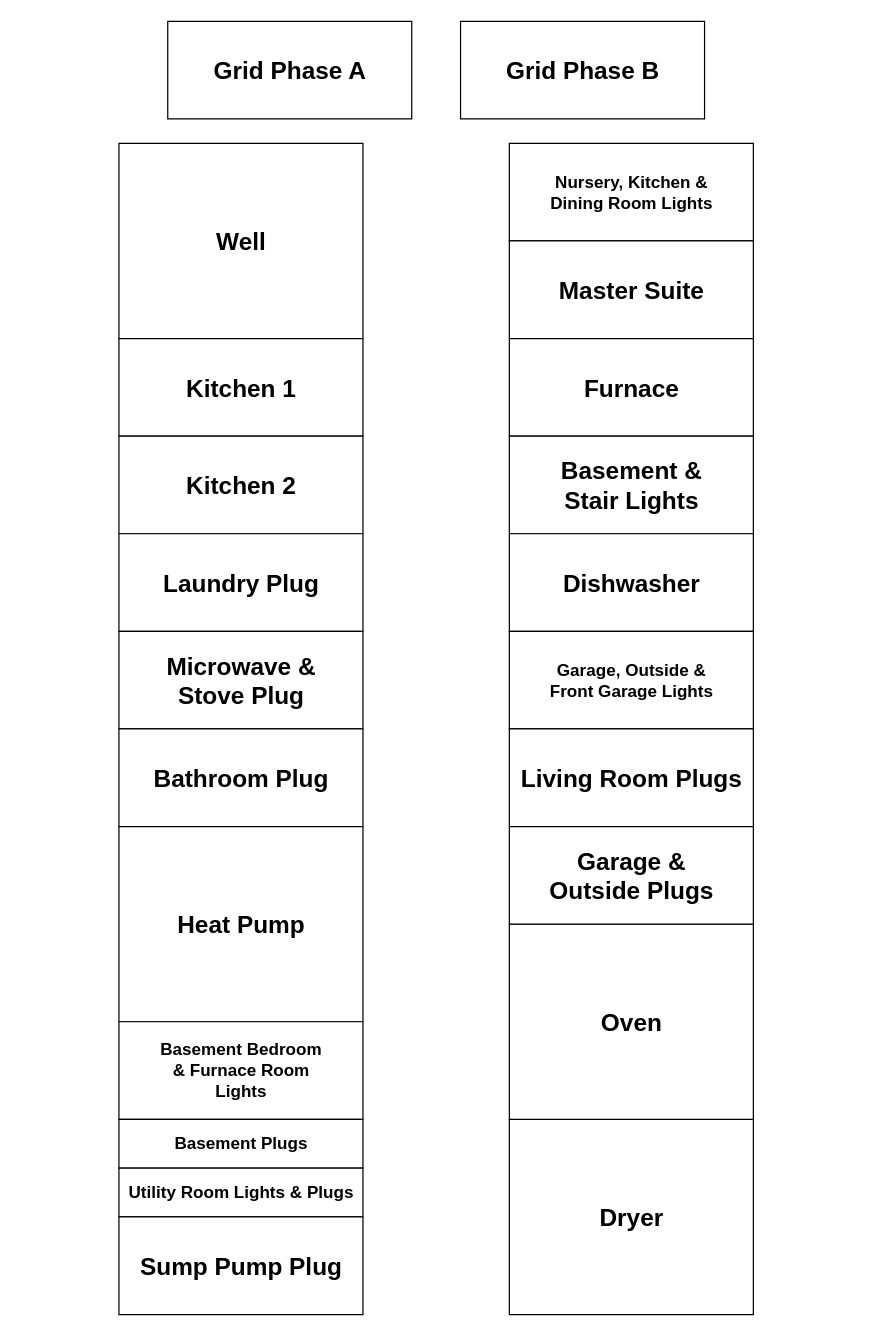
This is page "Breaker Box" (1 of 2) of diagrams/power-monitor/Power Monitor.drawio from CeeWeasel/Documentation, a draw.io file, before an edit. Source tidied: cells renumbered, new cells numbered last; positions are measured from the earlier drawing's top-left corner, leaving out a move shared by most shapes. Both pictures are drawn from the tidied source at 122%, with x=0, y=0 at pixel (118, 21).
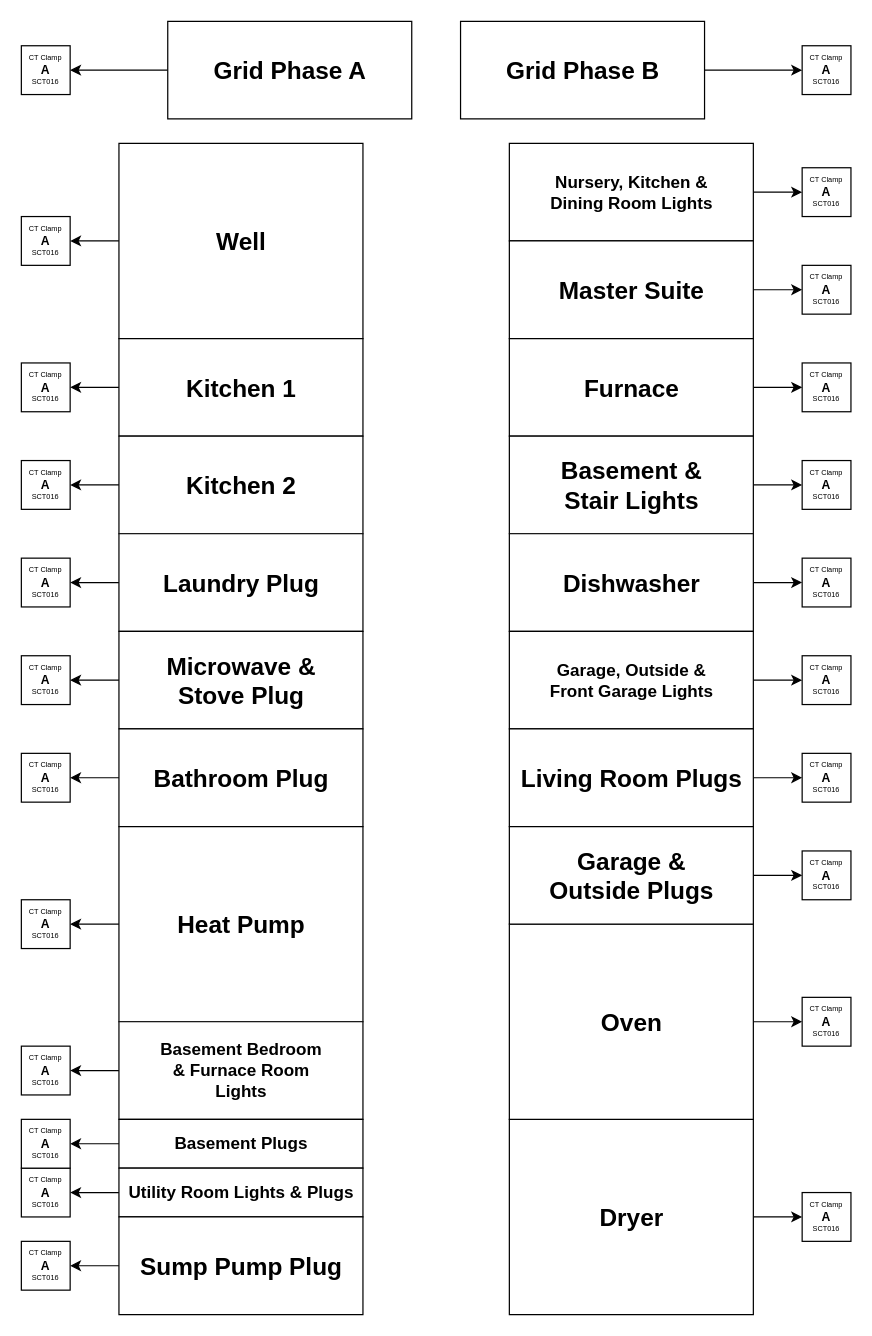
The same diagram, later.

The change refers to these unchanged cells:
```xml
<mxCell id="2" value="Well" style="verticalLabelPosition=middle;verticalAlign=middle;html=1;shape=mxgraph.basic.rect;fillColor2=none;strokeWidth=1;size=20;indent=5;labelPosition=center;align=center;fontSize=20;fontStyle=1;" parent="1" vertex="1">
  <mxGeometry y="100" width="200" height="160" as="geometry" />
</mxCell>
<mxCell id="3" value="&lt;b&gt;Kitchen 1&lt;/b&gt;" style="verticalLabelPosition=middle;verticalAlign=middle;html=1;shape=mxgraph.basic.rect;fillColor2=none;strokeWidth=1;size=20;indent=5;fontSize=20;labelPosition=center;align=center;" parent="1" vertex="1">
  <mxGeometry y="260" width="200" height="80" as="geometry" />
</mxCell>
<mxCell id="4" value="&lt;b&gt;Kitchen 2&lt;/b&gt;" style="verticalLabelPosition=middle;verticalAlign=middle;html=1;shape=mxgraph.basic.rect;fillColor2=none;strokeWidth=1;size=20;indent=5;fontSize=20;labelPosition=center;align=center;" parent="1" vertex="1">
  <mxGeometry y="340" width="200" height="80" as="geometry" />
</mxCell>
<mxCell id="5" value="&lt;b&gt;Laundry Plug&lt;/b&gt;" style="verticalLabelPosition=middle;verticalAlign=middle;html=1;shape=mxgraph.basic.rect;fillColor2=none;strokeWidth=1;size=20;indent=5;fontSize=20;labelPosition=center;align=center;" parent="1" vertex="1">
  <mxGeometry y="420" width="200" height="80" as="geometry" />
</mxCell>
<mxCell id="6" value="&lt;b&gt;Microwave &amp;amp; &lt;br&gt;Stove Plug&lt;/b&gt;" style="verticalLabelPosition=middle;verticalAlign=middle;html=1;shape=mxgraph.basic.rect;fillColor2=none;strokeWidth=1;size=20;indent=5;fontSize=20;labelPosition=center;align=center;" parent="1" vertex="1">
  <mxGeometry y="500" width="200" height="80" as="geometry" />
</mxCell>
<mxCell id="7" value="&lt;b&gt;Bathroom Plug&lt;/b&gt;" style="verticalLabelPosition=middle;verticalAlign=middle;html=1;shape=mxgraph.basic.rect;fillColor2=none;strokeWidth=1;size=20;indent=5;fontSize=20;labelPosition=center;align=center;" parent="1" vertex="1">
  <mxGeometry y="580" width="200" height="80" as="geometry" />
</mxCell>
<mxCell id="8" value="&lt;b&gt;Heat Pump&lt;/b&gt;" style="verticalLabelPosition=middle;verticalAlign=middle;html=1;shape=mxgraph.basic.rect;fillColor2=none;strokeWidth=1;size=20;indent=5;fontSize=20;labelPosition=center;align=center;" parent="1" vertex="1">
  <mxGeometry y="660" width="200" height="160" as="geometry" />
</mxCell>
<mxCell id="9" value="&lt;b style=&quot;font-size: 14px;&quot;&gt;Basement Bedroom&lt;br style=&quot;font-size: 14px;&quot;&gt;&amp;amp; Furnace Room&lt;br style=&quot;font-size: 14px;&quot;&gt;Lights&lt;br style=&quot;font-size: 14px;&quot;&gt;&lt;/b&gt;" style="verticalLabelPosition=middle;verticalAlign=middle;html=1;shape=mxgraph.basic.rect;fillColor2=none;strokeWidth=1;size=20;indent=5;fontSize=14;labelPosition=center;align=center;" parent="1" vertex="1">
  <mxGeometry y="820" width="200" height="80" as="geometry" />
</mxCell>
<mxCell id="10" value="&lt;b style=&quot;font-size: 14px;&quot;&gt;Basement Plugs&lt;/b&gt;" style="verticalLabelPosition=middle;verticalAlign=middle;html=1;shape=mxgraph.basic.rect;fillColor2=none;strokeWidth=1;size=20;indent=5;fontSize=14;labelPosition=center;align=center;" parent="1" vertex="1">
  <mxGeometry y="900" width="200" height="40" as="geometry" />
</mxCell>
<mxCell id="11" value="&lt;b style=&quot;font-size: 14px;&quot;&gt;Utility Room Lights &amp;amp; Plugs&lt;/b&gt;" style="verticalLabelPosition=middle;verticalAlign=middle;html=1;shape=mxgraph.basic.rect;fillColor2=none;strokeWidth=1;size=20;indent=5;fontSize=14;labelPosition=center;align=center;" parent="1" vertex="1">
  <mxGeometry y="940" width="200" height="40" as="geometry" />
</mxCell>
<mxCell id="12" value="&lt;b&gt;Sump Pump Plug&lt;/b&gt;" style="verticalLabelPosition=middle;verticalAlign=middle;html=1;shape=mxgraph.basic.rect;fillColor2=none;strokeWidth=1;size=20;indent=5;fontSize=20;labelPosition=center;align=center;" parent="1" vertex="1">
  <mxGeometry y="980" width="200" height="80" as="geometry" />
</mxCell>
<mxCell id="13" value="&lt;b style=&quot;font-size: 14px;&quot;&gt;Nursery, Kitchen &amp;amp;&lt;br style=&quot;font-size: 14px;&quot;&gt;Dining Room Lights&lt;br style=&quot;font-size: 14px;&quot;&gt;&lt;/b&gt;" style="verticalLabelPosition=middle;verticalAlign=middle;html=1;shape=mxgraph.basic.rect;fillColor2=none;strokeWidth=1;size=20;indent=5;fontSize=14;labelPosition=center;align=center;" parent="1" vertex="1">
  <mxGeometry x="320" y="100" width="200" height="80" as="geometry" />
</mxCell>
<mxCell id="14" value="&lt;b&gt;Master Suite&lt;/b&gt;" style="verticalLabelPosition=middle;verticalAlign=middle;html=1;shape=mxgraph.basic.rect;fillColor2=none;strokeWidth=1;size=20;indent=5;fontSize=20;labelPosition=center;align=center;" parent="1" vertex="1">
  <mxGeometry x="320" y="180" width="200" height="80" as="geometry" />
</mxCell>
<mxCell id="15" value="&lt;b&gt;Furnace&lt;/b&gt;" style="verticalLabelPosition=middle;verticalAlign=middle;html=1;shape=mxgraph.basic.rect;fillColor2=none;strokeWidth=1;size=20;indent=5;fontSize=20;labelPosition=center;align=center;" parent="1" vertex="1">
  <mxGeometry x="320" y="260" width="200" height="80" as="geometry" />
</mxCell>
<mxCell id="16" value="&lt;b&gt;Basement &amp;amp;&lt;br&gt;Stair Lights&lt;br&gt;&lt;/b&gt;" style="verticalLabelPosition=middle;verticalAlign=middle;html=1;shape=mxgraph.basic.rect;fillColor2=none;strokeWidth=1;size=20;indent=5;fontSize=20;labelPosition=center;align=center;" parent="1" vertex="1">
  <mxGeometry x="320" y="340" width="200" height="80" as="geometry" />
</mxCell>
<mxCell id="17" value="&lt;b&gt;Dishwasher&lt;/b&gt;" style="verticalLabelPosition=middle;verticalAlign=middle;html=1;shape=mxgraph.basic.rect;fillColor2=none;strokeWidth=1;size=20;indent=5;fontSize=20;labelPosition=center;align=center;" parent="1" vertex="1">
  <mxGeometry x="320" y="420" width="200" height="80" as="geometry" />
</mxCell>
<mxCell id="18" value="&lt;b style=&quot;font-size: 14px;&quot;&gt;Garage, Outside &amp;amp;&lt;br style=&quot;font-size: 14px;&quot;&gt;Front Garage Lights&lt;br style=&quot;font-size: 14px;&quot;&gt;&lt;/b&gt;" style="verticalLabelPosition=middle;verticalAlign=middle;html=1;shape=mxgraph.basic.rect;fillColor2=none;strokeWidth=1;size=20;indent=5;fontSize=14;labelPosition=center;align=center;" parent="1" vertex="1">
  <mxGeometry x="320" y="500" width="200" height="80" as="geometry" />
</mxCell>
<mxCell id="19" value="&lt;b&gt;Living Room Plugs&lt;/b&gt;" style="verticalLabelPosition=middle;verticalAlign=middle;html=1;shape=mxgraph.basic.rect;fillColor2=none;strokeWidth=1;size=20;indent=5;fontSize=20;labelPosition=center;align=center;" parent="1" vertex="1">
  <mxGeometry x="320" y="580" width="200" height="80" as="geometry" />
</mxCell>
<mxCell id="20" value="&lt;b&gt;Dryer&lt;/b&gt;" style="verticalLabelPosition=middle;verticalAlign=middle;html=1;shape=mxgraph.basic.rect;fillColor2=none;strokeWidth=1;size=20;indent=5;fontSize=20;labelPosition=center;align=center;" parent="1" vertex="1">
  <mxGeometry x="320" y="900" width="200" height="160" as="geometry" />
</mxCell>
<mxCell id="21" value="&lt;b&gt;Oven&lt;/b&gt;" style="verticalLabelPosition=middle;verticalAlign=middle;html=1;shape=mxgraph.basic.rect;fillColor2=none;strokeWidth=1;size=20;indent=5;fontSize=20;labelPosition=center;align=center;" parent="1" vertex="1">
  <mxGeometry x="320" y="740" width="200" height="160" as="geometry" />
</mxCell>
<mxCell id="22" value="&lt;b&gt;Garage &amp;amp;&lt;br&gt;Outside Plugs&lt;br&gt;&lt;/b&gt;" style="verticalLabelPosition=middle;verticalAlign=middle;html=1;shape=mxgraph.basic.rect;fillColor2=none;strokeWidth=1;size=20;indent=5;fontSize=20;labelPosition=center;align=center;" parent="1" vertex="1">
  <mxGeometry x="320" y="660" width="200" height="80" as="geometry" />
</mxCell>
<mxCell id="23" value="&lt;b&gt;Grid Phase A&lt;/b&gt;" style="verticalLabelPosition=middle;verticalAlign=middle;html=1;shape=mxgraph.basic.rect;fillColor2=none;strokeWidth=1;size=20;indent=5;fontSize=20;labelPosition=center;align=center;" parent="1" vertex="1">
  <mxGeometry x="40" width="200" height="80" as="geometry" />
</mxCell>
<mxCell id="24" value="&lt;b&gt;Grid Phase B&lt;/b&gt;" style="verticalLabelPosition=middle;verticalAlign=middle;html=1;shape=mxgraph.basic.rect;fillColor2=none;strokeWidth=1;size=20;indent=5;fontSize=20;labelPosition=center;align=center;" parent="1" vertex="1">
  <mxGeometry x="280" width="200" height="80" as="geometry" />
</mxCell>
```

The edit, as a diff of the source:
```diff
@@
+    <mxCell id="25" style="edgeStyle=orthogonalEdgeStyle;rounded=0;jettySize=auto;html=1;entryX=1;entryY=0.5;entryDx=0;entryDy=0;fontSize=10;" parent="1" edge="1" source="2" target="49">
+      <mxGeometry relative="1" as="geometry" />
+    </mxCell>
@@
+    <mxCell id="26" style="edgeStyle=orthogonalEdgeStyle;rounded=0;jettySize=auto;html=1;entryX=1;entryY=0.5;entryDx=0;entryDy=0;fontSize=10;" parent="1" edge="1" source="3" target="50">
+      <mxGeometry relative="1" as="geometry" />
+    </mxCell>
@@
+    <mxCell id="27" style="edgeStyle=orthogonalEdgeStyle;rounded=0;jettySize=auto;html=1;entryX=1;entryY=0.5;entryDx=0;entryDy=0;fontSize=10;" parent="1" edge="1" source="4" target="51">
+      <mxGeometry relative="1" as="geometry" />
+    </mxCell>
@@
+    <mxCell id="28" style="edgeStyle=orthogonalEdgeStyle;rounded=0;jettySize=auto;html=1;entryX=1;entryY=0.5;entryDx=0;entryDy=0;fontSize=10;" parent="1" edge="1" source="5" target="52">
+      <mxGeometry relative="1" as="geometry" />
+    </mxCell>
@@
+    <mxCell id="29" style="edgeStyle=orthogonalEdgeStyle;rounded=0;jettySize=auto;html=1;entryX=1;entryY=0.5;entryDx=0;entryDy=0;fontSize=10;" parent="1" edge="1" source="6" target="63">
+      <mxGeometry relative="1" as="geometry" />
+    </mxCell>
@@
+    <mxCell id="30" style="edgeStyle=orthogonalEdgeStyle;rounded=0;jettySize=auto;html=1;entryX=1;entryY=0.5;entryDx=0;entryDy=0;fontSize=10;" parent="1" edge="1" source="7" target="69">
+      <mxGeometry relative="1" as="geometry" />
+    </mxCell>
@@
+    <mxCell id="31" style="edgeStyle=orthogonalEdgeStyle;rounded=0;jettySize=auto;html=1;entryX=1;entryY=0.5;entryDx=0;entryDy=0;fontSize=10;" parent="1" edge="1" source="8" target="68">
+      <mxGeometry relative="1" as="geometry" />
+    </mxCell>
@@
+    <mxCell id="32" style="edgeStyle=orthogonalEdgeStyle;rounded=0;jettySize=auto;html=1;entryX=1;entryY=0.5;entryDx=0;entryDy=0;fontSize=10;" parent="1" edge="1" source="9" target="67">
+      <mxGeometry relative="1" as="geometry" />
+    </mxCell>
@@
+    <mxCell id="33" style="edgeStyle=orthogonalEdgeStyle;rounded=0;jettySize=auto;html=1;entryX=1;entryY=0.5;entryDx=0;entryDy=0;fontSize=10;" parent="1" edge="1" source="10" target="66">
+      <mxGeometry relative="1" as="geometry" />
+    </mxCell>
@@
+    <mxCell id="34" style="edgeStyle=orthogonalEdgeStyle;rounded=0;jettySize=auto;html=1;entryX=1;entryY=0.5;entryDx=0;entryDy=0;fontSize=10;" parent="1" edge="1" source="11" target="65">
+      <mxGeometry relative="1" as="geometry" />
+    </mxCell>
@@
+    <mxCell id="35" style="edgeStyle=orthogonalEdgeStyle;rounded=0;jettySize=auto;html=1;entryX=1;entryY=0.5;entryDx=0;entryDy=0;fontSize=10;" parent="1" edge="1" source="12" target="64">
+      <mxGeometry relative="1" as="geometry" />
+    </mxCell>
@@
+    <mxCell id="36" style="edgeStyle=orthogonalEdgeStyle;rounded=0;jettySize=auto;html=1;entryX=0;entryY=0.5;entryDx=0;entryDy=0;fontSize=10;" parent="1" edge="1" source="13" target="53">
+      <mxGeometry relative="1" as="geometry" />
+    </mxCell>
@@
+    <mxCell id="37" style="edgeStyle=orthogonalEdgeStyle;rounded=0;jettySize=auto;html=1;fontSize=10;" parent="1" edge="1" source="14" target="54">
+      <mxGeometry relative="1" as="geometry" />
+    </mxCell>
@@
+    <mxCell id="38" style="edgeStyle=orthogonalEdgeStyle;rounded=0;jettySize=auto;html=1;entryX=0;entryY=0.5;entryDx=0;entryDy=0;fontSize=10;" parent="1" edge="1" source="15" target="55">
+      <mxGeometry relative="1" as="geometry" />
+    </mxCell>
@@
+    <mxCell id="39" style="edgeStyle=orthogonalEdgeStyle;rounded=0;jettySize=auto;html=1;fontSize=10;" parent="1" edge="1" source="16" target="56">
+      <mxGeometry relative="1" as="geometry" />
+    </mxCell>
@@
+    <mxCell id="40" style="edgeStyle=orthogonalEdgeStyle;rounded=0;jettySize=auto;html=1;entryX=0;entryY=0.5;entryDx=0;entryDy=0;fontSize=10;" parent="1" edge="1" source="17" target="57">
+      <mxGeometry relative="1" as="geometry" />
+    </mxCell>
@@
+    <mxCell id="41" style="edgeStyle=orthogonalEdgeStyle;rounded=0;jettySize=auto;html=1;entryX=0;entryY=0.5;entryDx=0;entryDy=0;fontSize=10;" parent="1" edge="1" source="18" target="58">
+      <mxGeometry relative="1" as="geometry" />
+    </mxCell>
@@
+    <mxCell id="42" style="edgeStyle=orthogonalEdgeStyle;rounded=0;jettySize=auto;html=1;fontSize=10;" parent="1" edge="1" source="19" target="62">
+      <mxGeometry relative="1" as="geometry" />
+    </mxCell>
@@
+    <mxCell id="43" style="edgeStyle=orthogonalEdgeStyle;rounded=0;jettySize=auto;html=1;entryX=0;entryY=0.5;entryDx=0;entryDy=0;fontSize=10;" parent="1" edge="1" source="20" target="59">
+      <mxGeometry relative="1" as="geometry" />
+    </mxCell>
@@
+    <mxCell id="44" style="edgeStyle=orthogonalEdgeStyle;rounded=0;jettySize=auto;html=1;fontSize=10;" parent="1" edge="1" source="21" target="60">
+      <mxGeometry relative="1" as="geometry" />
+    </mxCell>
@@
+    <mxCell id="45" style="edgeStyle=orthogonalEdgeStyle;rounded=0;jettySize=auto;html=1;entryX=0;entryY=0.5;entryDx=0;entryDy=0;fontSize=10;" parent="1" edge="1" source="22" target="61">
+      <mxGeometry relative="1" as="geometry" />
+    </mxCell>
@@
+    <mxCell id="46" style="edgeStyle=orthogonalEdgeStyle;rounded=0;jettySize=auto;html=1;fontSize=14;entryX=1;entryY=0.5;entryDx=0;entryDy=0;" parent="1" edge="1" source="23" target="48">
+      <mxGeometry relative="1" as="geometry" />
+    </mxCell>
@@
+    <mxCell id="47" style="edgeStyle=orthogonalEdgeStyle;rounded=0;jettySize=auto;html=1;entryX=0;entryY=0.5;entryDx=0;entryDy=0;fontSize=10;" parent="1" edge="1" source="24" target="70">
+      <mxGeometry relative="1" as="geometry" />
+    </mxCell>
@@
+    <mxCell id="48" value="CT Clamp&lt;br&gt;&lt;font style=&quot;font-size: 10px;&quot;&gt;&lt;b&gt;A&lt;/b&gt;&lt;/font&gt;&lt;br&gt;SCT016" style="whiteSpace=wrap;html=1;fontSize=6;" parent="1" vertex="1">
+      <mxGeometry x="-80" y="20" width="40" height="40" as="geometry" />
+    </mxCell>
+    <mxCell id="49" value="CT Clamp&lt;br&gt;&lt;font style=&quot;font-size: 10px;&quot;&gt;&lt;b&gt;A&lt;/b&gt;&lt;/font&gt;&lt;br&gt;SCT016" style="whiteSpace=wrap;html=1;fontSize=6;" parent="1" vertex="1">
+      <mxGeometry x="-80" y="160" width="40" height="40" as="geometry" />
+    </mxCell>
+    <mxCell id="50" value="CT Clamp&lt;br&gt;&lt;font style=&quot;font-size: 10px;&quot;&gt;&lt;b&gt;A&lt;/b&gt;&lt;/font&gt;&lt;br&gt;SCT016" style="whiteSpace=wrap;html=1;fontSize=6;" parent="1" vertex="1">
+      <mxGeometry x="-80" y="280" width="40" height="40" as="geometry" />
+    </mxCell>
+    <mxCell id="51" value="CT Clamp&lt;br&gt;&lt;font style=&quot;font-size: 10px;&quot;&gt;&lt;b&gt;A&lt;/b&gt;&lt;/font&gt;&lt;br&gt;SCT016" style="whiteSpace=wrap;html=1;fontSize=6;" parent="1" vertex="1">
+      <mxGeometry x="-80" y="360" width="40" height="40" as="geometry" />
+    </mxCell>
+    <mxCell id="52" value="CT Clamp&lt;br&gt;&lt;font style=&quot;font-size: 10px;&quot;&gt;&lt;b&gt;A&lt;/b&gt;&lt;/font&gt;&lt;br&gt;SCT016" style="whiteSpace=wrap;html=1;fontSize=6;" parent="1" vertex="1">
+      <mxGeometry x="-80" y="440" width="40" height="40" as="geometry" />
+    </mxCell>
+    <mxCell id="53" value="CT Clamp&lt;br&gt;&lt;font style=&quot;font-size: 10px;&quot;&gt;&lt;b&gt;A&lt;/b&gt;&lt;/font&gt;&lt;br&gt;SCT016" style="whiteSpace=wrap;html=1;fontSize=6;" parent="1" vertex="1">
+      <mxGeometry x="560" y="120" width="40" height="40" as="geometry" />
+    </mxCell>
+    <mxCell id="54" value="CT Clamp&lt;br&gt;&lt;font style=&quot;font-size: 10px;&quot;&gt;&lt;b&gt;A&lt;/b&gt;&lt;/font&gt;&lt;br&gt;SCT016" style="whiteSpace=wrap;html=1;fontSize=6;" parent="1" vertex="1">
+      <mxGeometry x="560" y="200" width="40" height="40" as="geometry" />
+    </mxCell>
+    <mxCell id="55" value="CT Clamp&lt;br&gt;&lt;font style=&quot;font-size: 10px;&quot;&gt;&lt;b&gt;A&lt;/b&gt;&lt;/font&gt;&lt;br&gt;SCT016" style="whiteSpace=wrap;html=1;fontSize=6;" parent="1" vertex="1">
+      <mxGeometry x="560" y="280" width="40" height="40" as="geometry" />
+    </mxCell>
+    <mxCell id="56" value="CT Clamp&lt;br&gt;&lt;font style=&quot;font-size: 10px;&quot;&gt;&lt;b&gt;A&lt;/b&gt;&lt;/font&gt;&lt;br&gt;SCT016" style="whiteSpace=wrap;html=1;fontSize=6;" parent="1" vertex="1">
+      <mxGeometry x="560" y="360" width="40" height="40" as="geometry" />
+    </mxCell>
+    <mxCell id="57" value="CT Clamp&lt;br&gt;&lt;font style=&quot;font-size: 10px;&quot;&gt;&lt;b&gt;A&lt;/b&gt;&lt;/font&gt;&lt;br&gt;SCT016" style="whiteSpace=wrap;html=1;fontSize=6;" parent="1" vertex="1">
+      <mxGeometry x="560" y="440" width="40" height="40" as="geometry" />
+    </mxCell>
+    <mxCell id="58" value="CT Clamp&lt;br&gt;&lt;font style=&quot;font-size: 10px;&quot;&gt;&lt;b&gt;A&lt;/b&gt;&lt;/font&gt;&lt;br&gt;SCT016" style="whiteSpace=wrap;html=1;fontSize=6;" parent="1" vertex="1">
+      <mxGeometry x="560" y="520" width="40" height="40" as="geometry" />
+    </mxCell>
+    <mxCell id="59" value="CT Clamp&lt;br&gt;&lt;font style=&quot;font-size: 10px;&quot;&gt;&lt;b&gt;A&lt;/b&gt;&lt;/font&gt;&lt;br&gt;SCT016" style="whiteSpace=wrap;html=1;fontSize=6;" parent="1" vertex="1">
+      <mxGeometry x="560" y="960" width="40" height="40" as="geometry" />
+    </mxCell>
+    <mxCell id="60" value="CT Clamp&lt;br&gt;&lt;font style=&quot;font-size: 10px;&quot;&gt;&lt;b&gt;A&lt;/b&gt;&lt;/font&gt;&lt;br&gt;SCT016" style="whiteSpace=wrap;html=1;fontSize=6;" parent="1" vertex="1">
+      <mxGeometry x="560" y="800" width="40" height="40" as="geometry" />
+    </mxCell>
+    <mxCell id="61" value="CT Clamp&lt;br&gt;&lt;font style=&quot;font-size: 10px;&quot;&gt;&lt;b&gt;A&lt;/b&gt;&lt;/font&gt;&lt;br&gt;SCT016" style="whiteSpace=wrap;html=1;fontSize=6;" parent="1" vertex="1">
+      <mxGeometry x="560" y="680" width="40" height="40" as="geometry" />
+    </mxCell>
+    <mxCell id="62" value="CT Clamp&lt;br&gt;&lt;font style=&quot;font-size: 10px;&quot;&gt;&lt;b&gt;A&lt;/b&gt;&lt;/font&gt;&lt;br&gt;SCT016" style="whiteSpace=wrap;html=1;fontSize=6;" parent="1" vertex="1">
+      <mxGeometry x="560" y="600" width="40" height="40" as="geometry" />
+    </mxCell>
+    <mxCell id="63" value="CT Clamp&lt;br&gt;&lt;font style=&quot;font-size: 10px;&quot;&gt;&lt;b&gt;A&lt;/b&gt;&lt;/font&gt;&lt;br&gt;SCT016" style="whiteSpace=wrap;html=1;fontSize=6;" parent="1" vertex="1">
+      <mxGeometry x="-80" y="520" width="40" height="40" as="geometry" />
+    </mxCell>
+    <mxCell id="64" value="CT Clamp&lt;br&gt;&lt;font style=&quot;font-size: 10px;&quot;&gt;&lt;b&gt;A&lt;/b&gt;&lt;/font&gt;&lt;br&gt;SCT016" style="whiteSpace=wrap;html=1;fontSize=6;" parent="1" vertex="1">
+      <mxGeometry x="-80" y="1000" width="40" height="40" as="geometry" />
+    </mxCell>
+    <mxCell id="65" value="CT Clamp&lt;br&gt;&lt;font style=&quot;font-size: 10px;&quot;&gt;&lt;b&gt;A&lt;/b&gt;&lt;/font&gt;&lt;br&gt;SCT016" style="whiteSpace=wrap;html=1;fontSize=6;" parent="1" vertex="1">
+      <mxGeometry x="-80" y="940" width="40" height="40" as="geometry" />
+    </mxCell>
+    <mxCell id="66" value="CT Clamp&lt;br&gt;&lt;font style=&quot;font-size: 10px;&quot;&gt;&lt;b&gt;A&lt;/b&gt;&lt;/font&gt;&lt;br&gt;SCT016" style="whiteSpace=wrap;html=1;fontSize=6;" parent="1" vertex="1">
+      <mxGeometry x="-80" y="900" width="40" height="40" as="geometry" />
+    </mxCell>
+    <mxCell id="67" value="CT Clamp&lt;br&gt;&lt;font style=&quot;font-size: 10px;&quot;&gt;&lt;b&gt;A&lt;/b&gt;&lt;/font&gt;&lt;br&gt;SCT016" style="whiteSpace=wrap;html=1;fontSize=6;" parent="1" vertex="1">
+      <mxGeometry x="-80" y="840" width="40" height="40" as="geometry" />
+    </mxCell>
+    <mxCell id="68" value="CT Clamp&lt;br&gt;&lt;font style=&quot;font-size: 10px;&quot;&gt;&lt;b&gt;A&lt;/b&gt;&lt;/font&gt;&lt;br&gt;SCT016" style="whiteSpace=wrap;html=1;fontSize=6;" parent="1" vertex="1">
+      <mxGeometry x="-80" y="720" width="40" height="40" as="geometry" />
+    </mxCell>
+    <mxCell id="69" value="CT Clamp&lt;br&gt;&lt;font style=&quot;font-size: 10px;&quot;&gt;&lt;b&gt;A&lt;/b&gt;&lt;/font&gt;&lt;br&gt;SCT016" style="whiteSpace=wrap;html=1;fontSize=6;" parent="1" vertex="1">
+      <mxGeometry x="-80" y="600" width="40" height="40" as="geometry" />
+    </mxCell>
+    <mxCell id="70" value="CT Clamp&lt;br&gt;&lt;font style=&quot;font-size: 10px;&quot;&gt;&lt;b&gt;A&lt;/b&gt;&lt;/font&gt;&lt;br&gt;SCT016" style="whiteSpace=wrap;html=1;fontSize=6;" parent="1" vertex="1">
+      <mxGeometry x="560" y="20" width="40" height="40" as="geometry" />
+    </mxCell>
```
